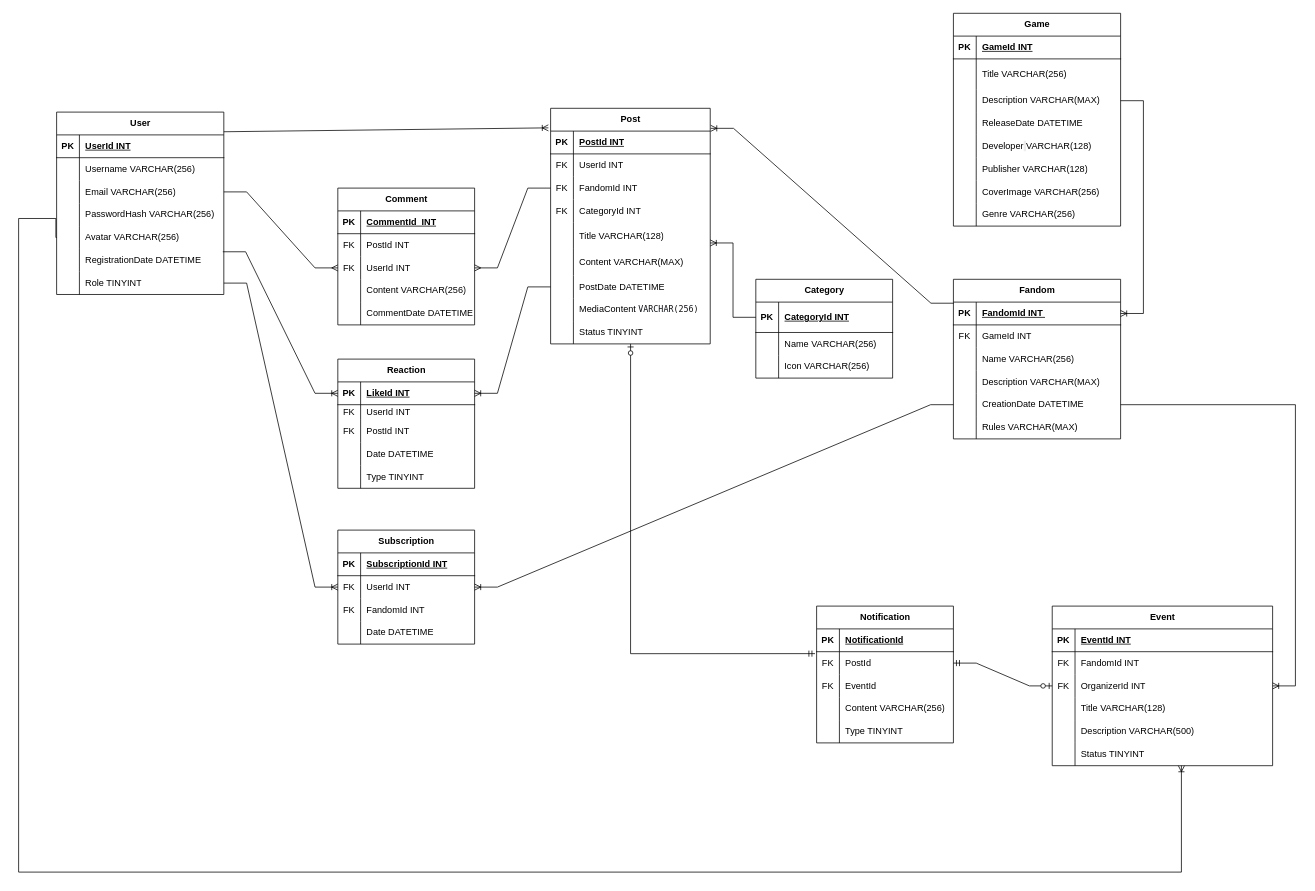
This is FanHubDiagram.drawio from Kaskinji/FanHub, a draw.io file, before an edit. Source tidied: cells renumbered, new cells numbered last; positions are measured from the earlier drawing's top-left corner, leaving out a move shared by most shapes. Both pictures are drawn from the tidied source at 76%, with x=0, y=0 at pixel (18, 13).
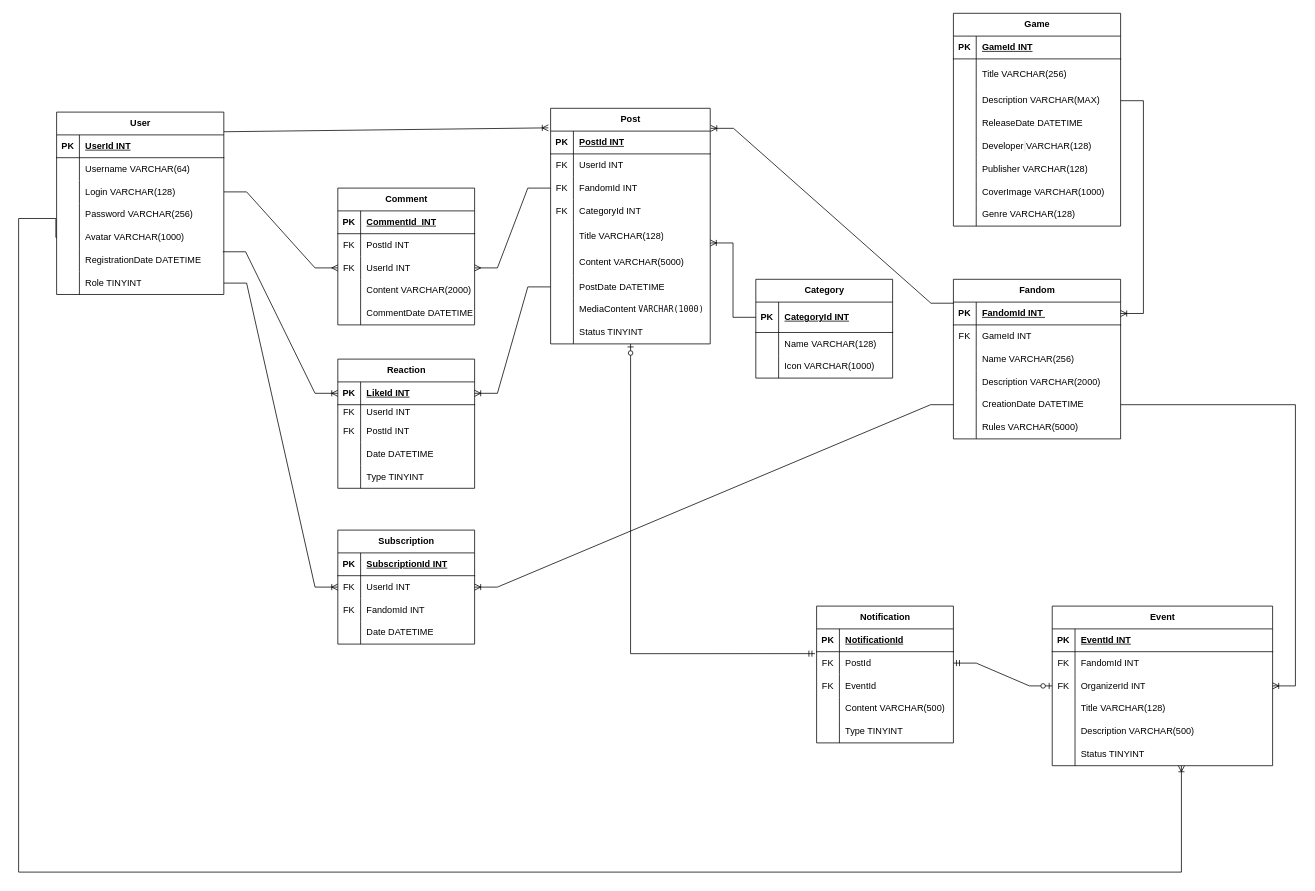
Above is the later version.

Unchanged cells that the change refers to:
```xml
<mxCell id="6" style="shape=tableRow;horizontal=0;startSize=0;swimlaneHead=0;swimlaneBody=0;fillColor=none;top=0;left=0;right=0;bottom=0;" parent="2" vertex="1">
  <mxGeometry y="60" width="220" height="30" as="geometry" />
</mxCell>
<mxCell id="9" style="shape=tableRow;horizontal=0;startSize=0;swimlaneHead=0;swimlaneBody=0;fillColor=none;points=[[0,0.5],[1,0.5]];portConstraint=eastwest;top=0;left=0;right=0;bottom=0;" parent="2" vertex="1">
  <mxGeometry y="90" width="220" height="30" as="geometry" />
</mxCell>
<mxCell id="12" style="shape=tableRow;horizontal=0;startSize=0;swimlaneHead=0;swimlaneBody=0;fillColor=none;top=0;left=0;right=0;bottom=0;" parent="2" vertex="1">
  <mxGeometry y="120" width="220" height="30" as="geometry" />
</mxCell>
<mxCell id="15" style="shape=tableRow;horizontal=0;startSize=0;swimlaneHead=0;swimlaneBody=0;fillColor=none;points=[[0,0.5],[1,0.5]];portConstraint=eastwest;top=0;left=0;right=0;bottom=0;" parent="2" vertex="1">
  <mxGeometry y="150" width="220" height="30" as="geometry" />
</mxCell>
<mxCell id="56" style="shape=tableRow;horizontal=0;startSize=0;swimlaneHead=0;swimlaneBody=0;fillColor=none;top=0;left=0;right=0;bottom=0;" parent="37" vertex="1">
  <mxGeometry y="220" width="220" height="30" as="geometry" />
</mxCell>
<mxCell id="59" style="shape=tableRow;horizontal=0;startSize=0;swimlaneHead=0;swimlaneBody=0;fillColor=none;top=0;left=0;right=0;bottom=0;" parent="37" vertex="1">
  <mxGeometry y="250" width="220" height="30" as="geometry" />
</mxCell>
<mxCell id="78" style="shape=tableRow;horizontal=0;startSize=0;swimlaneHead=0;swimlaneBody=0;fillColor=none;top=0;left=0;right=0;bottom=0;" parent="62" vertex="1">
  <mxGeometry y="185" width="210" height="35" as="geometry" />
</mxCell>
<mxCell id="84" style="shape=tableRow;horizontal=0;startSize=0;swimlaneHead=0;swimlaneBody=0;fillColor=none;top=0;left=0;right=0;bottom=0;" parent="62" vertex="1">
  <mxGeometry y="250" width="210" height="30" as="geometry" />
</mxCell>
<mxCell id="100" style="shape=tableRow;horizontal=0;startSize=0;swimlaneHead=0;swimlaneBody=0;fillColor=none;top=0;left=0;right=0;bottom=0;" parent="90" vertex="1">
  <mxGeometry y="120" width="180" height="30" as="geometry" />
</mxCell>
<mxCell id="132" style="shape=tableRow;horizontal=0;startSize=0;swimlaneHead=0;swimlaneBody=0;fillColor=none;top=0;left=0;right=0;bottom=0;" parent="122" vertex="1">
  <mxGeometry y="120" width="220" height="30" as="geometry" />
</mxCell>
<mxCell id="138" style="shape=tableRow;horizontal=0;startSize=0;swimlaneHead=0;swimlaneBody=0;fillColor=none;top=0;left=0;right=0;bottom=0;" parent="122" vertex="1">
  <mxGeometry y="180" width="220" height="30" as="geometry" />
</mxCell>
<mxCell id="145" style="shape=tableRow;horizontal=0;startSize=0;swimlaneHead=0;swimlaneBody=0;fillColor=none;top=0;left=0;right=0;bottom=0;" parent="141" vertex="1">
  <mxGeometry y="70" width="180" height="30" as="geometry" />
</mxCell>
<mxCell id="148" style="shape=tableRow;horizontal=0;startSize=0;swimlaneHead=0;swimlaneBody=0;fillColor=none;top=0;left=0;right=0;bottom=0;" parent="141" vertex="1">
  <mxGeometry y="100" width="180" height="30" as="geometry" />
</mxCell>
<mxCell id="192" style="shape=tableRow;horizontal=0;startSize=0;swimlaneHead=0;swimlaneBody=0;fillColor=none;top=0;left=0;right=0;bottom=0;" parent="182" vertex="1">
  <mxGeometry y="120" width="180" height="30" as="geometry" />
</mxCell>
```

The edit, as a diff of the source:
```diff
@@
-    <mxCell id="8" value="&lt;span style=&quot;text-align: center;&quot;&gt;Username VARCHAR(256)&lt;/span&gt;" style="shape=partialRectangle;fillColor=none;top=0;left=0;bottom=0;right=0;align=left;spacingLeft=6;overflow=hidden;whiteSpace=wrap;html=1;" parent="6" vertex="1">
+    <mxCell id="8" value="&lt;span style=&quot;text-align: center;&quot;&gt;Username VARCHAR(64)&lt;/span&gt;" style="shape=partialRectangle;fillColor=none;top=0;left=0;bottom=0;right=0;align=left;spacingLeft=6;overflow=hidden;whiteSpace=wrap;html=1;" parent="6" vertex="1">
       <mxGeometry x="30" width="190" height="30" as="geometry" />
     </mxCell>
@@
-    <mxCell id="11" value="&lt;span style=&quot;text-align: center;&quot;&gt;Email&amp;nbsp;&lt;/span&gt;&lt;span style=&quot;text-align: center;&quot;&gt;VARCHAR(256)&lt;/span&gt;" style="shape=partialRectangle;fillColor=none;top=0;left=0;bottom=0;right=0;align=left;spacingLeft=6;overflow=hidden;whiteSpace=wrap;html=1;" parent="9" vertex="1">
+    <mxCell id="11" value="&lt;span style=&quot;text-align: center;&quot;&gt;Login&amp;nbsp;&lt;/span&gt;&lt;span style=&quot;text-align: center;&quot;&gt;VARCHAR(128)&lt;/span&gt;" style="shape=partialRectangle;fillColor=none;top=0;left=0;bottom=0;right=0;align=left;spacingLeft=6;overflow=hidden;whiteSpace=wrap;html=1;" parent="9" vertex="1">
       <mxGeometry x="30" width="190" height="30" as="geometry" />
     </mxCell>
@@
-    <mxCell id="14" value="&lt;span style=&quot;text-align: center;&quot;&gt;PasswordHash&amp;nbsp;&lt;/span&gt;&lt;span style=&quot;text-align: center;&quot;&gt;VARCHAR(256)&lt;/span&gt;" style="shape=partialRectangle;fillColor=none;top=0;left=0;bottom=0;right=0;align=left;spacingLeft=6;overflow=hidden;whiteSpace=wrap;html=1;" parent="12" vertex="1">
+    <mxCell id="14" value="&lt;span style=&quot;text-align: center;&quot;&gt;Password&amp;nbsp;&lt;/span&gt;&lt;span style=&quot;text-align: center;&quot;&gt;VARCHAR(256)&lt;/span&gt;" style="shape=partialRectangle;fillColor=none;top=0;left=0;bottom=0;right=0;align=left;spacingLeft=6;overflow=hidden;whiteSpace=wrap;html=1;" parent="12" vertex="1">
       <mxGeometry x="30" width="190" height="30" as="geometry" />
     </mxCell>
@@
-    <mxCell id="17" value="&lt;span style=&quot;color: rgb(0, 0, 0); font-family: Helvetica; font-size: 12px; font-style: normal; font-variant-ligatures: normal; font-variant-caps: normal; font-weight: 400; letter-spacing: normal; orphans: 2; text-align: center; text-indent: 0px; text-transform: none; widows: 2; word-spacing: 0px; -webkit-text-stroke-width: 0px; white-space: normal; text-decoration-thickness: initial; text-decoration-style: initial; text-decoration-color: initial; float: none; display: inline !important;&quot;&gt;Avatar&amp;nbsp;&lt;/span&gt;&lt;span style=&quot;text-align: center;&quot;&gt;VARCHAR(256)&lt;/span&gt;" style="shape=partialRectangle;fillColor=none;top=0;left=0;bottom=0;right=0;align=left;spacingLeft=6;overflow=hidden;whiteSpace=wrap;html=1;" parent="15" vertex="1">
+    <mxCell id="17" value="&lt;span style=&quot;color: rgb(0, 0, 0); font-family: Helvetica; font-size: 12px; font-style: normal; font-variant-ligatures: normal; font-variant-caps: normal; font-weight: 400; letter-spacing: normal; orphans: 2; text-align: center; text-indent: 0px; text-transform: none; widows: 2; word-spacing: 0px; -webkit-text-stroke-width: 0px; white-space: normal; text-decoration-thickness: initial; text-decoration-style: initial; text-decoration-color: initial; float: none; display: inline !important;&quot;&gt;Avatar&amp;nbsp;&lt;/span&gt;&lt;span style=&quot;text-align: center;&quot;&gt;VARCHAR(1000)&lt;/span&gt;" style="shape=partialRectangle;fillColor=none;top=0;left=0;bottom=0;right=0;align=left;spacingLeft=6;overflow=hidden;whiteSpace=wrap;html=1;" parent="15" vertex="1">
       <mxGeometry x="30" width="190" height="30" as="geometry" />
     </mxCell>
@@
-    <mxCell id="58" value="&lt;span style=&quot;color: rgb(0, 0, 0); font-family: Helvetica; font-size: 12px; font-style: normal; font-variant-ligatures: normal; font-variant-caps: normal; font-weight: 400; letter-spacing: normal; orphans: 2; text-align: center; text-indent: 0px; text-transform: none; widows: 2; word-spacing: 0px; -webkit-text-stroke-width: 0px; white-space: normal; text-decoration-thickness: initial; text-decoration-style: initial; text-decoration-color: initial; float: none; display: inline !important;&quot;&gt;CoverImage VARCHAR(256)&lt;/span&gt;" style="shape=partialRectangle;fillColor=none;top=0;left=0;bottom=0;right=0;align=left;spacingLeft=6;overflow=hidden;whiteSpace=wrap;html=1;" parent="56" vertex="1">
+    <mxCell id="58" value="&lt;span style=&quot;color: rgb(0, 0, 0); font-family: Helvetica; font-size: 12px; font-style: normal; font-variant-ligatures: normal; font-variant-caps: normal; font-weight: 400; letter-spacing: normal; orphans: 2; text-align: center; text-indent: 0px; text-transform: none; widows: 2; word-spacing: 0px; -webkit-text-stroke-width: 0px; white-space: normal; text-decoration-thickness: initial; text-decoration-style: initial; text-decoration-color: initial; float: none; display: inline !important;&quot;&gt;CoverImage VARCHAR(1000)&lt;/span&gt;" style="shape=partialRectangle;fillColor=none;top=0;left=0;bottom=0;right=0;align=left;spacingLeft=6;overflow=hidden;whiteSpace=wrap;html=1;" parent="56" vertex="1">
       <mxGeometry x="30" width="190" height="30" as="geometry" />
     </mxCell>
@@
-    <mxCell id="61" value="&lt;span style=&quot;text-align: center;&quot;&gt;Genre&amp;nbsp;&lt;/span&gt;&lt;span style=&quot;text-align: center;&quot;&gt;VARCHAR(256)&lt;/span&gt;" style="shape=partialRectangle;fillColor=none;top=0;left=0;bottom=0;right=0;align=left;spacingLeft=6;overflow=hidden;whiteSpace=wrap;html=1;" parent="59" vertex="1">
+    <mxCell id="61" value="&lt;span style=&quot;text-align: center;&quot;&gt;Genre&amp;nbsp;&lt;/span&gt;&lt;span style=&quot;text-align: center;&quot;&gt;VARCHAR(128)&lt;/span&gt;" style="shape=partialRectangle;fillColor=none;top=0;left=0;bottom=0;right=0;align=left;spacingLeft=6;overflow=hidden;whiteSpace=wrap;html=1;" parent="59" vertex="1">
       <mxGeometry x="30" width="190" height="30" as="geometry" />
     </mxCell>
@@
-    <mxCell id="80" value="&lt;span style=&quot;background-color: light-dark(#ffffff, var(--ge-dark-color, #121212));&quot;&gt;&lt;span style=&quot;text-align: center;&quot;&gt;Content&amp;nbsp;&lt;/span&gt;&lt;span style=&quot;color: light-dark(rgb(0, 0, 0), rgb(237, 237, 237)); text-align: center;&quot;&gt;VARCHAR(MAX)&lt;/span&gt;&lt;/span&gt;" style="shape=partialRectangle;fillColor=none;top=0;left=0;bottom=0;right=0;align=left;spacingLeft=6;overflow=hidden;whiteSpace=wrap;html=1;" parent="78" vertex="1">
+    <mxCell id="80" value="&lt;span style=&quot;background-color: light-dark(#ffffff, var(--ge-dark-color, #121212));&quot;&gt;&lt;span style=&quot;text-align: center;&quot;&gt;Content&amp;nbsp;&lt;/span&gt;&lt;span style=&quot;color: light-dark(rgb(0, 0, 0), rgb(237, 237, 237)); text-align: center;&quot;&gt;VARCHAR(5000)&lt;/span&gt;&lt;/span&gt;" style="shape=partialRectangle;fillColor=none;top=0;left=0;bottom=0;right=0;align=left;spacingLeft=6;overflow=hidden;whiteSpace=wrap;html=1;" parent="78" vertex="1">
       <mxGeometry x="30" width="180" height="35" as="geometry" />
     </mxCell>
@@
-    <mxCell id="86" value="&lt;span style=&quot;background-color: light-dark(#ffffff, var(--ge-dark-color, #121212));&quot;&gt;&lt;span style=&quot;color: rgb(0, 0, 0); font-family: Helvetica; font-size: 12px; font-style: normal; font-variant-ligatures: normal; font-variant-caps: normal; font-weight: 400; letter-spacing: normal; orphans: 2; text-align: center; text-indent: 0px; text-transform: none; widows: 2; word-spacing: 0px; -webkit-text-stroke-width: 0px; white-space: normal; text-decoration-thickness: initial; text-decoration-style: initial; text-decoration-color: initial; float: none; display: inline !important;&quot;&gt;MediaContent&lt;/span&gt;&lt;font style=&quot;font-size: 11px;&quot;&gt;&lt;span style=&quot;color: rgb(0, 0, 0); font-family: Helvetica; font-variant-ligatures: normal; font-variant-caps: normal; letter-spacing: normal; orphans: 2; text-align: center; text-indent: 0px; text-transform: none; widows: 2; word-spacing: 0px; -webkit-text-stroke-width: 0px; white-space: normal; text-decoration-thickness: initial; text-decoration-style: initial; text-decoration-color: initial; float: none; display: inline !important;&quot;&gt;&amp;nbsp;&lt;/span&gt;&lt;span style=&quot;color: rgb(15, 17, 21); font-family: Menlo, Monaco, &amp;quot;Cascadia Mono&amp;quot;, Consolas, &amp;quot;Ubuntu Mono&amp;quot;, &amp;quot;DejaVu Sans Mono&amp;quot;, &amp;quot;Liberation Mono&amp;quot;, &amp;quot;JetBrains Mono&amp;quot;, &amp;quot;Fira Code&amp;quot;, Cousine, &amp;quot;Roboto Mono&amp;quot;, &amp;quot;Courier New&amp;quot;, Courier, sans-serif, system-ui;&quot;&gt;VARCHAR(256)&lt;/span&gt;&lt;/font&gt;&lt;/span&gt;" style="shape=partialRectangle;fillColor=none;top=0;left=0;bottom=0;right=0;align=left;spacingLeft=6;overflow=hidden;whiteSpace=wrap;html=1;" parent="84" vertex="1">
+    <mxCell id="86" value="&lt;span style=&quot;background-color: light-dark(#ffffff, var(--ge-dark-color, #121212));&quot;&gt;&lt;span style=&quot;color: rgb(0, 0, 0); font-family: Helvetica; font-size: 12px; font-style: normal; font-variant-ligatures: normal; font-variant-caps: normal; font-weight: 400; letter-spacing: normal; orphans: 2; text-align: center; text-indent: 0px; text-transform: none; widows: 2; word-spacing: 0px; -webkit-text-stroke-width: 0px; white-space: normal; text-decoration-thickness: initial; text-decoration-style: initial; text-decoration-color: initial; float: none; display: inline !important;&quot;&gt;MediaContent&lt;/span&gt;&lt;font style=&quot;font-size: 11px;&quot;&gt;&lt;span style=&quot;color: rgb(0, 0, 0); font-family: Helvetica; font-variant-ligatures: normal; font-variant-caps: normal; letter-spacing: normal; orphans: 2; text-align: center; text-indent: 0px; text-transform: none; widows: 2; word-spacing: 0px; -webkit-text-stroke-width: 0px; white-space: normal; text-decoration-thickness: initial; text-decoration-style: initial; text-decoration-color: initial; float: none; display: inline !important;&quot;&gt;&amp;nbsp;&lt;/span&gt;&lt;span style=&quot;color: rgb(15, 17, 21); font-family: Menlo, Monaco, &amp;quot;Cascadia Mono&amp;quot;, Consolas, &amp;quot;Ubuntu Mono&amp;quot;, &amp;quot;DejaVu Sans Mono&amp;quot;, &amp;quot;Liberation Mono&amp;quot;, &amp;quot;JetBrains Mono&amp;quot;, &amp;quot;Fira Code&amp;quot;, Cousine, &amp;quot;Roboto Mono&amp;quot;, &amp;quot;Courier New&amp;quot;, Courier, sans-serif, system-ui;&quot;&gt;VARCHAR(1000)&lt;/span&gt;&lt;/font&gt;&lt;/span&gt;" style="shape=partialRectangle;fillColor=none;top=0;left=0;bottom=0;right=0;align=left;spacingLeft=6;overflow=hidden;whiteSpace=wrap;html=1;" parent="84" vertex="1">
       <mxGeometry x="30" width="180" height="30" as="geometry" />
     </mxCell>
@@
-    <mxCell id="102" value="&lt;span style=&quot;text-align: center;&quot;&gt;Content&amp;nbsp;&lt;/span&gt;&lt;span style=&quot;text-align: center;&quot;&gt;VARCHAR(256)&lt;/span&gt;" style="shape=partialRectangle;fillColor=none;top=0;left=0;bottom=0;right=0;align=left;spacingLeft=6;overflow=hidden;whiteSpace=wrap;html=1;" parent="100" vertex="1">
+    <mxCell id="102" value="&lt;span style=&quot;text-align: center;&quot;&gt;Content&amp;nbsp;&lt;/span&gt;&lt;span style=&quot;text-align: center;&quot;&gt;VARCHAR(2000)&lt;/span&gt;" style="shape=partialRectangle;fillColor=none;top=0;left=0;bottom=0;right=0;align=left;spacingLeft=6;overflow=hidden;whiteSpace=wrap;html=1;" parent="100" vertex="1">
       <mxGeometry x="30" width="150" height="30" as="geometry" />
     </mxCell>
@@
-    <mxCell id="134" value="&lt;span style=&quot;text-align: center;&quot;&gt;Description&amp;nbsp;&lt;/span&gt;&lt;span style=&quot;text-align: center;&quot;&gt;VARCHAR(MAX)&lt;/span&gt;" style="shape=partialRectangle;fillColor=none;top=0;left=0;bottom=0;right=0;align=left;spacingLeft=6;overflow=hidden;whiteSpace=wrap;html=1;" parent="132" vertex="1">
+    <mxCell id="134" value="&lt;span style=&quot;text-align: center;&quot;&gt;Description&amp;nbsp;&lt;/span&gt;&lt;span style=&quot;text-align: center;&quot;&gt;VARCHAR(2000)&lt;/span&gt;" style="shape=partialRectangle;fillColor=none;top=0;left=0;bottom=0;right=0;align=left;spacingLeft=6;overflow=hidden;whiteSpace=wrap;html=1;" parent="132" vertex="1">
       <mxGeometry x="30" width="190" height="30" as="geometry" />
     </mxCell>
@@
-    <mxCell id="140" value="&lt;span style=&quot;text-align: center;&quot;&gt;Rules VARCHAR(MAX)&lt;/span&gt;" style="shape=partialRectangle;fillColor=none;top=0;left=0;bottom=0;right=0;align=left;spacingLeft=6;overflow=hidden;whiteSpace=wrap;html=1;" parent="138" vertex="1">
+    <mxCell id="140" value="&lt;span style=&quot;text-align: center;&quot;&gt;Rules VARCHAR(5000)&lt;/span&gt;" style="shape=partialRectangle;fillColor=none;top=0;left=0;bottom=0;right=0;align=left;spacingLeft=6;overflow=hidden;whiteSpace=wrap;html=1;" parent="138" vertex="1">
       <mxGeometry x="30" width="190" height="30" as="geometry" />
     </mxCell>
@@
-    <mxCell id="147" value="&lt;span style=&quot;text-align: center;&quot;&gt;Name VARCHAR(256)&lt;/span&gt;" style="shape=partialRectangle;fillColor=none;top=0;left=0;bottom=0;right=0;align=left;spacingLeft=6;overflow=hidden;whiteSpace=wrap;html=1;" parent="145" vertex="1">
+    <mxCell id="147" value="&lt;span style=&quot;text-align: center;&quot;&gt;Name VARCHAR(128)&lt;/span&gt;" style="shape=partialRectangle;fillColor=none;top=0;left=0;bottom=0;right=0;align=left;spacingLeft=6;overflow=hidden;whiteSpace=wrap;html=1;" parent="145" vertex="1">
       <mxGeometry x="30" width="150" height="30" as="geometry" />
     </mxCell>
@@
-    <mxCell id="150" value="&lt;span style=&quot;text-align: center; float: none; color: rgb(0, 0, 0); background-color: light-dark(#ffffff, var(--ge-dark-color, #121212)); display: inline !important;&quot;&gt;Icon VARCHAR(256)&lt;/span&gt;" style="shape=partialRectangle;fillColor=none;top=0;left=0;bottom=0;right=0;align=left;spacingLeft=6;overflow=hidden;whiteSpace=wrap;html=1;" parent="148" vertex="1">
+    <mxCell id="150" value="&lt;span style=&quot;text-align: center; float: none; color: rgb(0, 0, 0); background-color: light-dark(#ffffff, var(--ge-dark-color, #121212)); display: inline !important;&quot;&gt;Icon VARCHAR(1000)&lt;/span&gt;" style="shape=partialRectangle;fillColor=none;top=0;left=0;bottom=0;right=0;align=left;spacingLeft=6;overflow=hidden;whiteSpace=wrap;html=1;" parent="148" vertex="1">
       <mxGeometry x="30" width="150" height="30" as="geometry" />
     </mxCell>
@@
-    <mxCell id="194" value="Content VARCHAR(256)" style="shape=partialRectangle;fillColor=none;top=0;left=0;bottom=0;right=0;align=left;spacingLeft=6;overflow=hidden;whiteSpace=wrap;html=1;" parent="192" vertex="1">
+    <mxCell id="194" value="Content VARCHAR(500)" style="shape=partialRectangle;fillColor=none;top=0;left=0;bottom=0;right=0;align=left;spacingLeft=6;overflow=hidden;whiteSpace=wrap;html=1;" parent="192" vertex="1">
       <mxGeometry x="30" width="150" height="30" as="geometry" />
     </mxCell>
```
